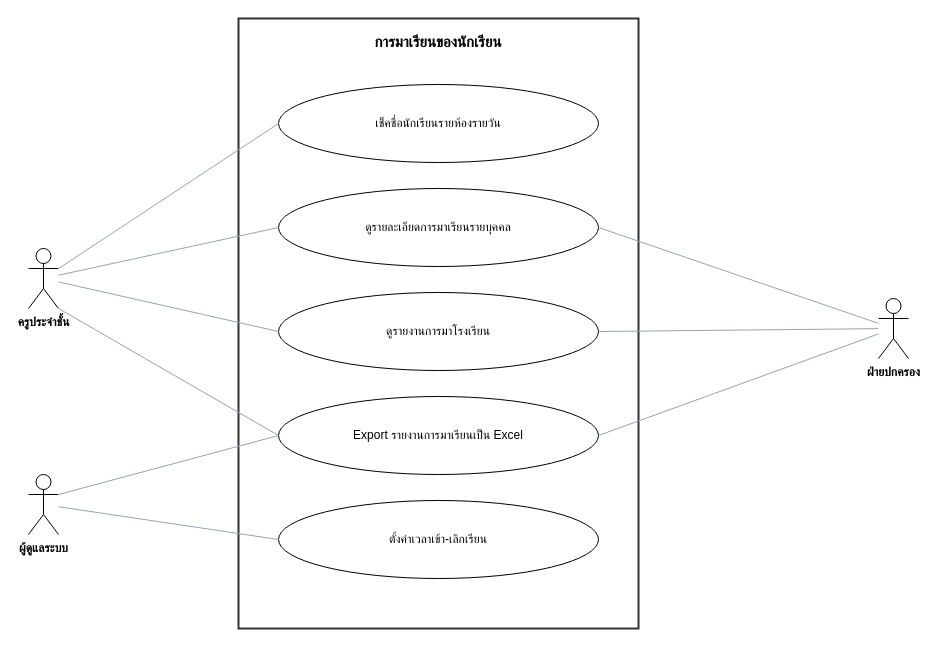
Above: page "การมาเรียนของนักเรียน" (4 of 6) of uxui-merged/schooldark/usecase.drawio in RealTiraqmisu/SchoolDark (draw.io), before the change. Source tidied: cells renumbered, new cells numbered last; positions are measured from the earlier drawing's top-left corner, leaving out a move shared by most shapes. Both pictures are drawn from the tidied source at 100%, with x=0, y=0 at pixel (28, 18).
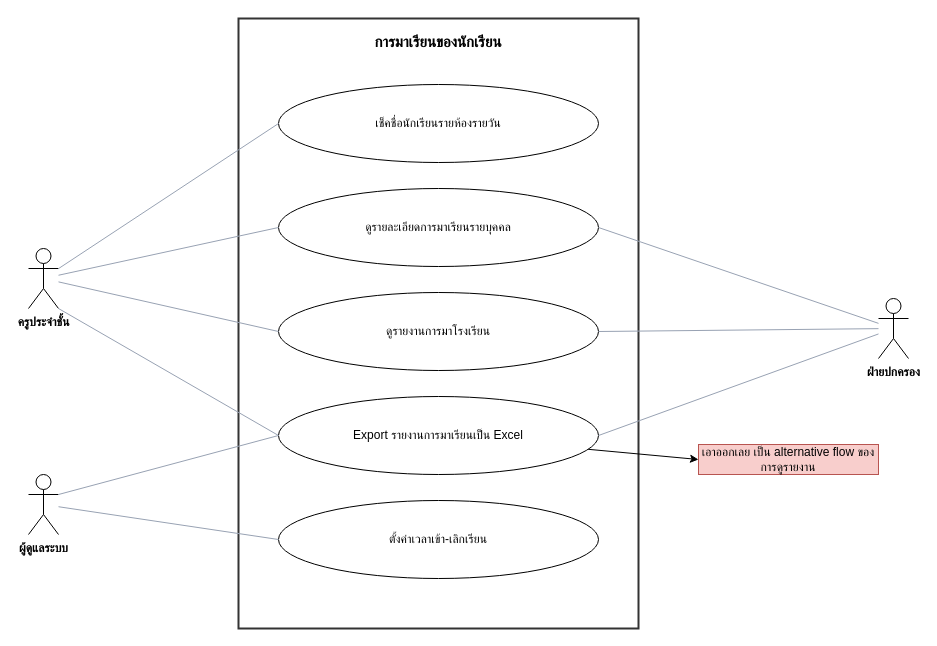
Above is the later version.

Unchanged cells that the change refers to:
```xml
<mxCell id="6" value="Export รายงานการมาเรียนเป็น Excel" style="ellipse;whiteSpace=wrap;html=1;fontSize=12;spacing=10;" parent="1" vertex="1">
  <mxGeometry x="250" y="378" width="320" height="78" as="geometry" />
</mxCell>
```

What changed in the source:
```diff
@@
+    <mxCell id="20" style="edgeStyle=none;html=1;entryX=0;entryY=0.5;entryDx=0;entryDy=0;" parent="1" edge="1" source="6" target="21">
+      <mxGeometry relative="1" as="geometry" />
+    </mxCell>
@@
+    <mxCell id="21" value="เอาออกเลย เป็น alternative flow ของการดูรายงาน" style="text;html=1;whiteSpace=wrap;strokeColor=#b85450;fillColor=#f8cecc;align=center;verticalAlign=middle;rounded=0;" parent="1" vertex="1">
+      <mxGeometry x="670" y="426" width="180" height="30" as="geometry" />
+    </mxCell>
```
